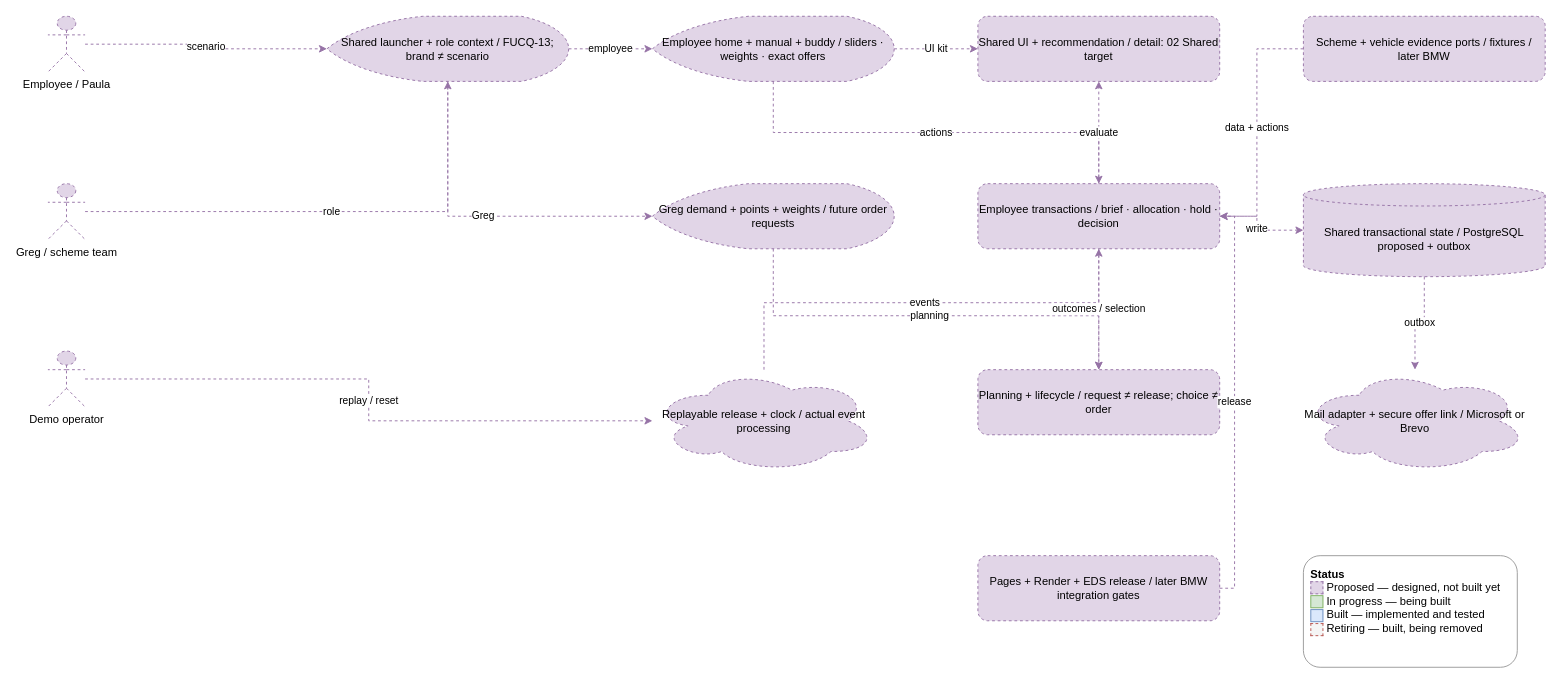
This is page "00 GCSP architecture" (1 of 11) of docs/design/high-level-design.drawio from garyscarter-ibm/vehicle-matcher, a draw.io file, before an edit. Source tidied: cells renumbered, new cells numbered last; positions are measured from the earlier drawing's top-left corner, leaving out a move shared by most shapes. Both pictures are drawn from the tidied source at 93%, with x=0, y=0 at pixel (47, 16).
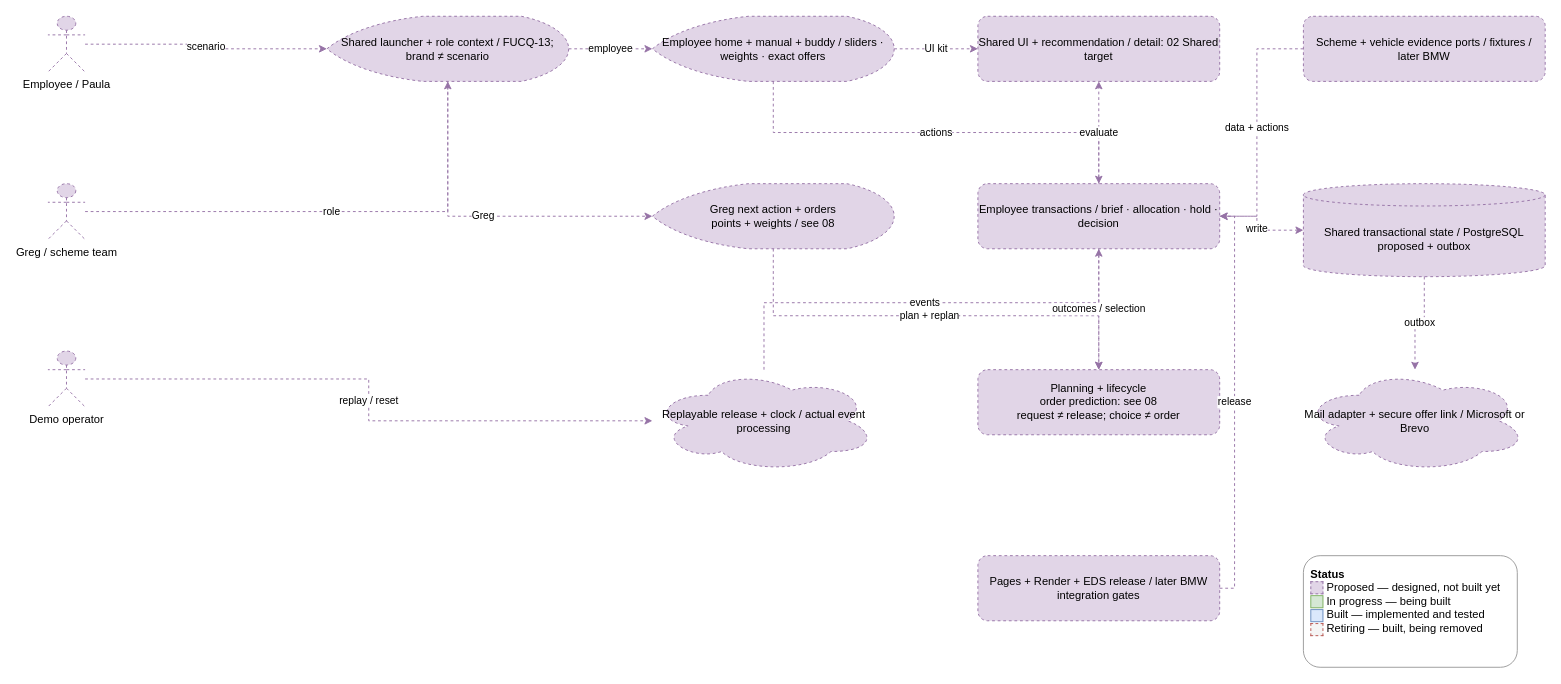
The same page after the edit.

What changed in the source:
```diff
@@
-    <mxCell id="7" value="Greg demand + points + weights / future order requests" style="shape=mxgraph.flowchart.display;whiteSpace=wrap;html=1;strokeColor=#9673a6;dashed=1;fillColor=#e1d5e7;" parent="1" vertex="1">
+    <mxCell id="7" value="Greg next action + orders&lt;br&gt;points + weights / see 08" style="shape=mxgraph.flowchart.display;whiteSpace=wrap;html=1;strokeColor=#9673a6;dashed=1;fillColor=#e1d5e7;" parent="1" vertex="1">
       <mxGeometry x="650" y="180" width="260" height="70" as="geometry" />
     </mxCell>
@@
-    <mxCell id="14" value="Planning + lifecycle / request ≠ release; choice ≠ order" style="rounded=1;whiteSpace=wrap;html=1;strokeColor=#9673a6;dashed=1;fillColor=#e1d5e7;" parent="1" vertex="1">
+    <mxCell id="14" value="Planning + lifecycle&lt;br&gt;order prediction: see 08&lt;br&gt;request ≠ release; choice ≠ order" style="rounded=1;whiteSpace=wrap;html=1;strokeColor=#9673a6;dashed=1;fillColor=#e1d5e7;" parent="1" vertex="1">
       <mxGeometry x="1000" y="380" width="260" height="70" as="geometry" />
     </mxCell>
@@
-    <mxCell id="23" value="planning" style="edgeStyle=orthogonalEdgeStyle;rounded=0;jettySize=auto;html=1;libavoidRouting=1;strokeColor=#9673a6;dashed=1;" parent="1" edge="1" source="7" target="14">
+    <mxCell id="23" value="plan + replan" style="edgeStyle=orthogonalEdgeStyle;rounded=0;jettySize=auto;html=1;libavoidRouting=1;strokeColor=#9673a6;dashed=1;" parent="1" edge="1" source="7" target="14">
       <mxGeometry relative="1" as="geometry">
         <Array as="points">
           <mxPoint x="780" y="322" />
           <mxPoint x="1130" y="322" />
         </Array>
       </mxGeometry>
     </mxCell>
```
